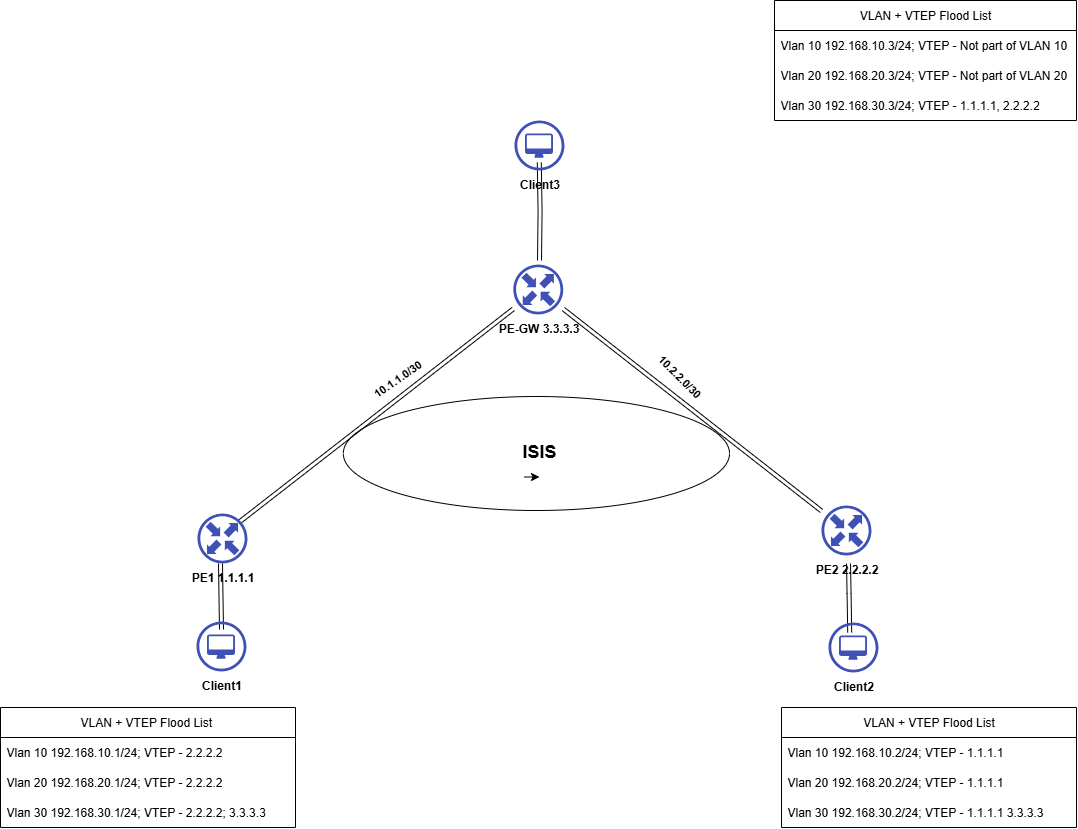
The draw.io diagram 3Node-ISIS-VxLAN.png in skyglid3r/sros-isis-vxlan, before a commit. Source tidied: cells renumbered, new cells last; positions are measured from the earlier drawing's top-left corner, leaving out a move shared by most shapes.
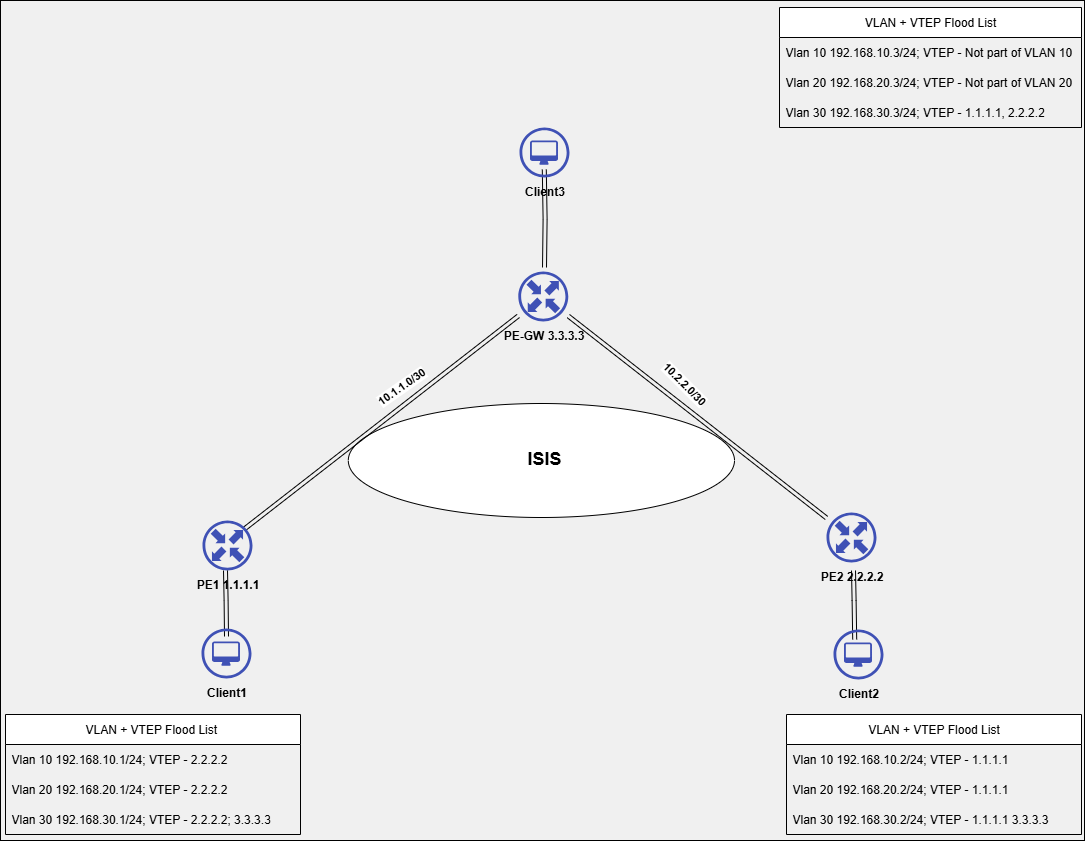
After the commit.

Change to the diagram source:
```diff
@@ -2,6 +2,9 @@
   <root>
     <mxCell id="0" />
     <mxCell id="1" parent="0" />
+    <mxCell id="30" style="whiteSpace=wrap;html=1;fillColor=#F0F0F0;" parent="1" vertex="1">
+      <mxGeometry x="-5" y="-7" width="1084" height="840" as="geometry" />
+    </mxCell>
     <mxCell id="2" style="ellipse;whiteSpace=wrap;html=1;" parent="1" vertex="1">
       <mxGeometry x="342.8" y="396" width="386.2" height="114" as="geometry" />
     </mxCell>
@@ -94,8 +97,5 @@
     <mxCell id="28" value="&lt;b&gt;Client3&lt;/b&gt;" style="fillColor=#3F51B5;sketch=0;shadow=0;dashed=0;html=1;strokeColor=none;labelPosition=center;verticalLabelPosition=bottom;verticalAlign=top;align=center;shape=mxgraph.openstack.nova_server;" parent="1" vertex="1">
       <mxGeometry x="514" y="120" width="50" height="50" as="geometry" />
     </mxCell>
-    <mxCell id="29" style="edgeStyle=orthogonalEdgeStyle;rounded=0;orthogonalLoop=1;jettySize=auto;html=1;exitX=0.25;exitY=1;exitDx=0;exitDy=0;entryX=0.5;entryY=1;entryDx=0;entryDy=0;" parent="1" edge="1" source="9" target="9">
-      <mxGeometry relative="1" as="geometry" />
-    </mxCell>
   </root>
 </mxGraphModel>
```
